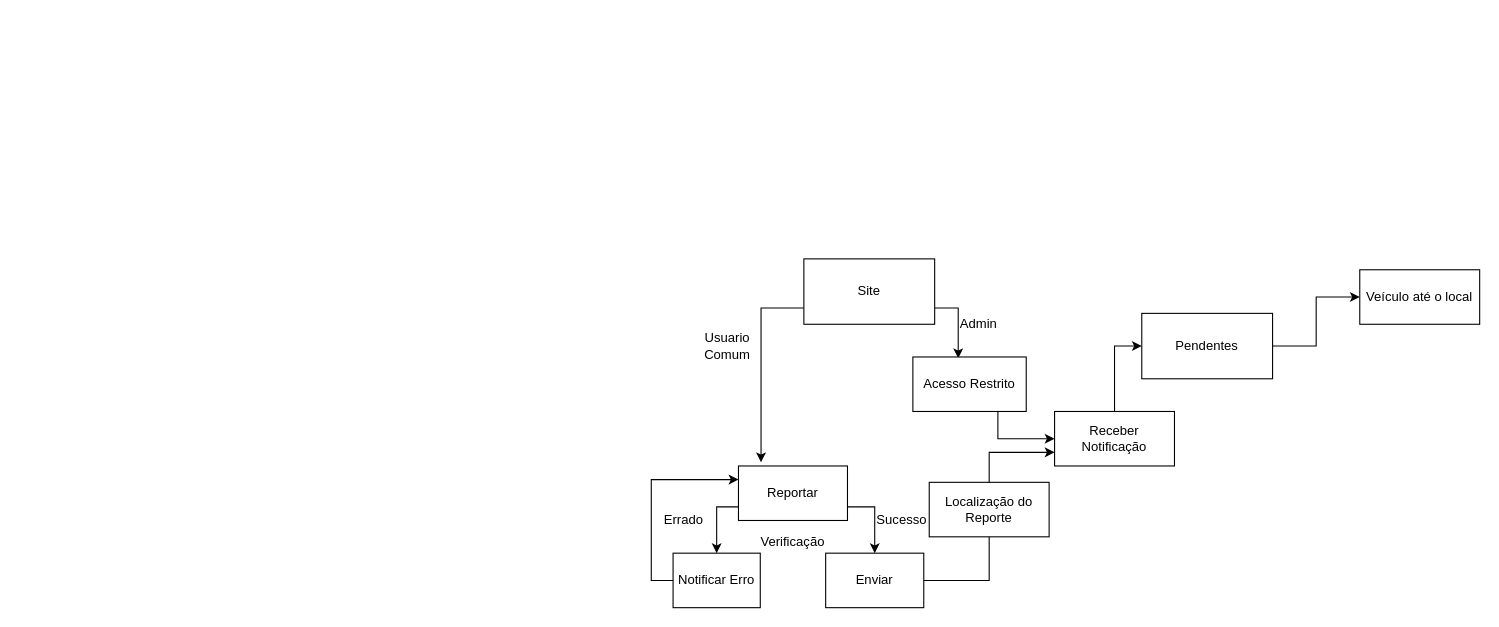
Above: Untitled Diagram.drawio in kauelunelli/assistech (draw.io), before the change. Source tidied: cells renumbered, new cells numbered last; positions are measured from the earlier drawing's top-left corner, leaving out a move shared by most shapes. Both pictures are drawn from the tidied source at 109%, with x=0, y=0 at pixel (662, 258).
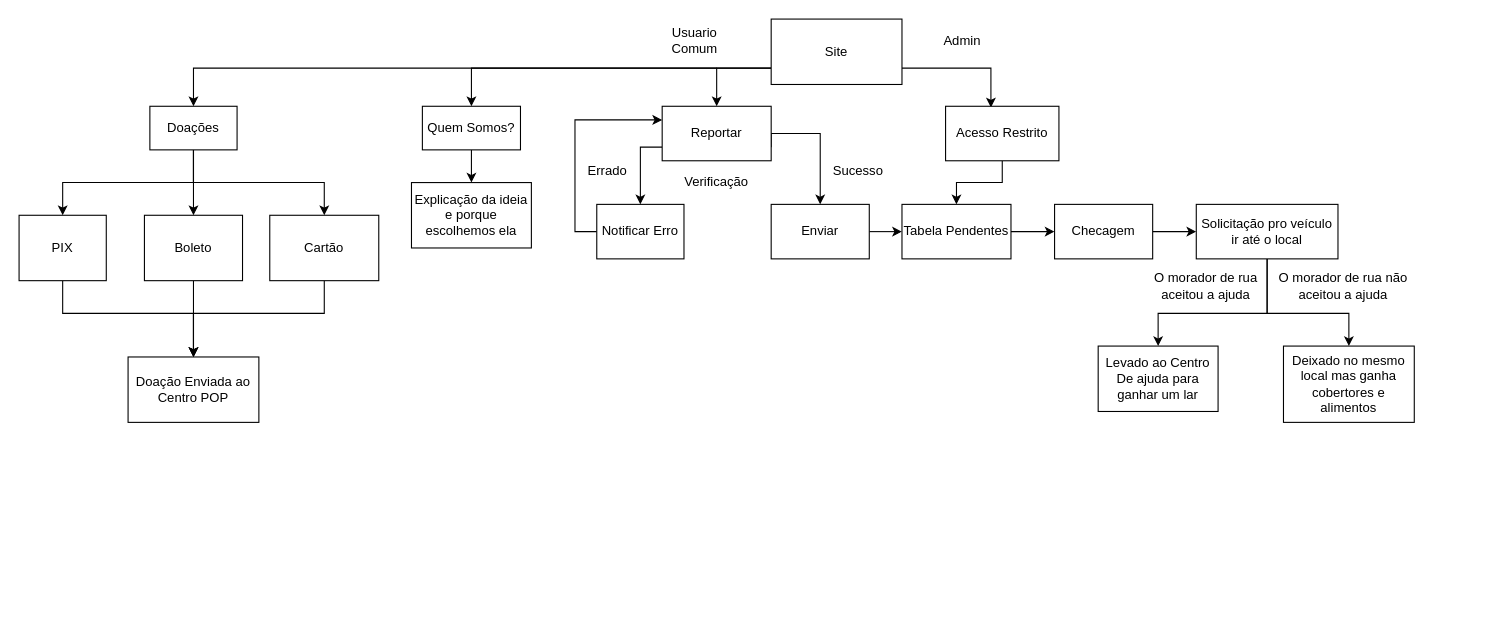
After the change.

What changed in the source:
```diff
@@
-    <mxCell id="3" style="edgeStyle=orthogonalEdgeStyle;rounded=0;jettySize=auto;html=1;exitX=0;exitY=0.75;exitDx=0;exitDy=0;entryX=0.207;entryY=-0.069;entryDx=0;entryDy=0;entryPerimeter=0;" parent="1" edge="1" source="4" target="9">
+    <mxCell id="3" style="edgeStyle=orthogonalEdgeStyle;rounded=0;jettySize=auto;html=1;exitX=0;exitY=0.75;exitDx=0;exitDy=0;entryX=0.5;entryY=0;entryDx=0;entryDy=0;" parent="1" edge="1" source="4" target="9">
       <mxGeometry relative="1" as="geometry" />
     </mxCell>
+    <mxCell id="25" style="edgeStyle=orthogonalEdgeStyle;rounded=0;jettySize=auto;html=1;exitX=0;exitY=0.75;exitDx=0;exitDy=0;entryX=0.5;entryY=0;entryDx=0;entryDy=0;" parent="1" edge="1" source="4" target="33">
+      <mxGeometry relative="1" as="geometry">
+        <Array as="points">
+          <mxPoint x="-175" y="-175" />
+        </Array>
+      </mxGeometry>
+    </mxCell>
+    <mxCell id="26" style="edgeStyle=orthogonalEdgeStyle;rounded=0;jettySize=auto;html=1;exitX=0;exitY=0.75;exitDx=0;exitDy=0;entryX=0.5;entryY=0;entryDx=0;entryDy=0;" parent="1" edge="1" target="31">
+      <mxGeometry relative="1" as="geometry">
+        <mxPoint x="50" y="-175" as="sourcePoint" />
+        <Array as="points">
+          <mxPoint x="-430" y="-175" />
+        </Array>
+      </mxGeometry>
+    </mxCell>
     <mxCell id="4" value="Site" style="rounded=0;whiteSpace=wrap;html=1;" parent="1" vertex="1">
-      <mxGeometry x="130" width="120" height="60" as="geometry" />
+      <mxGeometry x="100" y="-220" width="120" height="60" as="geometry" />
     </mxCell>
-    <mxCell id="5" style="edgeStyle=orthogonalEdgeStyle;rounded=0;jettySize=auto;html=1;exitX=0.75;exitY=1;exitDx=0;exitDy=0;entryX=0;entryY=0.5;entryDx=0;entryDy=0;" parent="1" edge="1" source="6" target="12">
+    <mxCell id="5" style="edgeStyle=orthogonalEdgeStyle;rounded=0;jettySize=auto;html=1;exitX=0.5;exitY=1;exitDx=0;exitDy=0;entryX=0.5;entryY=0;entryDx=0;entryDy=0;" parent="1" edge="1" source="6" target="12">
       <mxGeometry relative="1" as="geometry" />
     </mxCell>
     <mxCell id="6" value="Acesso Restrito" style="rounded=0;whiteSpace=wrap;html=1;" parent="1" vertex="1">
-      <mxGeometry x="230" y="90" width="104" height="50" as="geometry" />
+      <mxGeometry x="260" y="-140" width="104" height="50" as="geometry" />
     </mxCell>
     <mxCell id="7" style="edgeStyle=orthogonalEdgeStyle;rounded=0;jettySize=auto;html=1;exitX=1;exitY=0.75;exitDx=0;exitDy=0;entryX=0.5;entryY=0;entryDx=0;entryDy=0;" parent="1" edge="1" source="9" target="14">
-      <mxGeometry relative="1" as="geometry" />
+      <mxGeometry relative="1" as="geometry">
+        <Array as="points">
+          <mxPoint x="100" y="-115" />
+          <mxPoint x="145" y="-115" />
+        </Array>
+      </mxGeometry>
     </mxCell>
@@
     <mxCell id="9" value="Reportar" style="rounded=0;whiteSpace=wrap;html=1;" parent="1" vertex="1">
-      <mxGeometry x="70" y="190" width="100" height="50" as="geometry" />
+      <mxGeometry y="-140" width="100" height="50" as="geometry" />
     </mxCell>
     <mxCell id="10" value="Usuario Comum" style="text;html=1;strokeColor=none;fillColor=none;align=center;verticalAlign=middle;whiteSpace=wrap;rounded=0;" parent="1" vertex="1">
-      <mxGeometry x="40" y="70" width="40" height="20" as="geometry" />
+      <mxGeometry x="10" y="-210" width="40" height="20" as="geometry" />
     </mxCell>
-    <mxCell id="11" style="edgeStyle=orthogonalEdgeStyle;rounded=0;jettySize=auto;html=1;exitX=0.5;exitY=0;exitDx=0;exitDy=0;entryX=0;entryY=0.5;entryDx=0;entryDy=0;" parent="1" edge="1" source="12" target="23">
-      <mxGeometry relative="1" as="geometry" />
-    </mxCell>
+    <mxCell id="27" style="edgeStyle=orthogonalEdgeStyle;rounded=0;jettySize=auto;html=1;exitX=1;exitY=0.5;exitDx=0;exitDy=0;" parent="1" edge="1" source="12">
+      <mxGeometry relative="1" as="geometry">
+        <mxPoint x="360" y="-25" as="targetPoint" />
+      </mxGeometry>
+    </mxCell>
-    <mxCell id="12" value="Receber Notificação" style="rounded=0;whiteSpace=wrap;html=1;" parent="1" vertex="1">
-      <mxGeometry x="360" y="140" width="110" height="50" as="geometry" />
+    <mxCell id="12" value="Tabela Pendentes" style="rounded=0;whiteSpace=wrap;html=1;" parent="1" vertex="1">
+      <mxGeometry x="220" y="-50" width="100" height="50" as="geometry" />
     </mxCell>
-    <mxCell id="13" style="edgeStyle=orthogonalEdgeStyle;rounded=0;jettySize=auto;html=1;entryX=0;entryY=0.75;entryDx=0;entryDy=0;" parent="1" edge="1" source="14" target="12">
+    <mxCell id="13" style="edgeStyle=orthogonalEdgeStyle;rounded=0;jettySize=auto;html=1;exitX=1;exitY=0.5;exitDx=0;exitDy=0;entryX=0;entryY=0.5;entryDx=0;entryDy=0;" parent="1" edge="1" source="14" target="12">
       <mxGeometry relative="1" as="geometry" />
     </mxCell>
     <mxCell id="14" value="Enviar" style="rounded=0;whiteSpace=wrap;html=1;" parent="1" vertex="1">
-      <mxGeometry x="150" y="270" width="90" height="50" as="geometry" />
+      <mxGeometry x="100" y="-50" width="90" height="50" as="geometry" />
     </mxCell>
@@
     <mxCell id="16" value="Notificar Erro" style="rounded=0;whiteSpace=wrap;html=1;" parent="1" vertex="1">
-      <mxGeometry x="10" y="270" width="80" height="50" as="geometry" />
+      <mxGeometry x="-60" y="-50" width="80" height="50" as="geometry" />
     </mxCell>
     <mxCell id="17" value="Verificação" style="text;html=1;strokeColor=none;fillColor=none;align=center;verticalAlign=middle;whiteSpace=wrap;rounded=0;" parent="1" vertex="1">
-      <mxGeometry x="100" y="250" width="40" height="20" as="geometry" />
+      <mxGeometry x="30" y="-80" width="40" height="20" as="geometry" />
     </mxCell>
     <mxCell id="18" value="Sucesso" style="text;html=1;strokeColor=none;fillColor=none;align=center;verticalAlign=middle;whiteSpace=wrap;rounded=0;" parent="1" vertex="1">
-      <mxGeometry x="200" y="230" width="40" height="20" as="geometry" />
+      <mxGeometry x="160" y="-90" width="40" height="20" as="geometry" />
     </mxCell>
     <mxCell id="19" value="Errado" style="text;html=1;strokeColor=none;fillColor=none;align=center;verticalAlign=middle;whiteSpace=wrap;rounded=0;" parent="1" vertex="1">
-      <mxGeometry y="230" width="40" height="20" as="geometry" />
+      <mxGeometry x="-70" y="-90" width="40" height="20" as="geometry" />
     </mxCell>
-    <mxCell id="20" value="Localização do Reporte" style="rounded=0;whiteSpace=wrap;html=1;" parent="1" vertex="1">
-      <mxGeometry x="245" y="205" width="110" height="50" as="geometry" />
-    </mxCell>
-    <mxCell id="21" value="Veículo até o local" style="rounded=0;whiteSpace=wrap;html=1;" parent="1" vertex="1">
-      <mxGeometry x="640" y="10" width="110" height="50" as="geometry" />
-    </mxCell>
-    <mxCell id="22" style="edgeStyle=orthogonalEdgeStyle;rounded=0;jettySize=auto;html=1;exitX=1;exitY=0.5;exitDx=0;exitDy=0;" parent="1" edge="1" source="23" target="21">
-      <mxGeometry relative="1" as="geometry" />
-    </mxCell>
-    <mxCell id="23" value="Pendentes" style="rounded=0;whiteSpace=wrap;html=1;" parent="1" vertex="1">
-      <mxGeometry x="440" y="50" width="120" height="60" as="geometry" />
-    </mxCell>
     <mxCell id="24" value="Admin" style="text;html=1;align=center;verticalAlign=middle;strokeColor=none;fillColor=none;" parent="1" vertex="1">
-      <mxGeometry x="265" y="50" width="50" height="20" as="geometry" />
+      <mxGeometry x="250" y="-210" width="50" height="20" as="geometry" />
     </mxCell>
+    <mxCell id="28" style="edgeStyle=orthogonalEdgeStyle;rounded=0;jettySize=auto;html=1;exitX=0.5;exitY=1;exitDx=0;exitDy=0;" parent="1" edge="1" source="31">
+      <mxGeometry relative="1" as="geometry">
+        <mxPoint x="-430" y="-40" as="targetPoint" />
+        <Array as="points">
+          <mxPoint x="-430" y="-40" />
+        </Array>
+      </mxGeometry>
+    </mxCell>
+    <mxCell id="29" style="edgeStyle=orthogonalEdgeStyle;rounded=0;jettySize=auto;html=1;exitX=0.5;exitY=1;exitDx=0;exitDy=0;entryX=0.5;entryY=0;entryDx=0;entryDy=0;" parent="1" edge="1" source="31">
+      <mxGeometry relative="1" as="geometry">
+        <mxPoint x="-310" y="-40" as="targetPoint" />
+        <Array as="points">
+          <mxPoint x="-430" y="-70" />
+          <mxPoint x="-310" y="-70" />
+        </Array>
+      </mxGeometry>
+    </mxCell>
+    <mxCell id="30" style="edgeStyle=orthogonalEdgeStyle;rounded=0;jettySize=auto;html=1;exitX=0.5;exitY=1;exitDx=0;exitDy=0;entryX=0.5;entryY=0;entryDx=0;entryDy=0;" parent="1" edge="1" source="31">
+      <mxGeometry relative="1" as="geometry">
+        <mxPoint x="-550" y="-40" as="targetPoint" />
+        <Array as="points">
+          <mxPoint x="-430" y="-70" />
+          <mxPoint x="-550" y="-70" />
+        </Array>
+      </mxGeometry>
+    </mxCell>
+    <mxCell id="31" value="Doações" style="rounded=0;whiteSpace=wrap;html=1;" parent="1" vertex="1">
+      <mxGeometry x="-470" y="-140" width="80" height="40" as="geometry" />
+    </mxCell>
+    <mxCell id="32" style="edgeStyle=orthogonalEdgeStyle;rounded=0;jettySize=auto;html=1;exitX=0.5;exitY=1;exitDx=0;exitDy=0;" parent="1" edge="1" source="33">
+      <mxGeometry relative="1" as="geometry">
+        <mxPoint x="-175" y="-70" as="targetPoint" />
+      </mxGeometry>
+    </mxCell>
+    <mxCell id="33" value="Quem Somos?" style="rounded=0;whiteSpace=wrap;html=1;" parent="1" vertex="1">
+      <mxGeometry x="-220" y="-140" width="90" height="40" as="geometry" />
+    </mxCell>
+    <mxCell id="34" style="edgeStyle=orthogonalEdgeStyle;rounded=0;jettySize=auto;html=1;exitX=0.5;exitY=1;exitDx=0;exitDy=0;entryX=0.5;entryY=0;entryDx=0;entryDy=0;" parent="1" edge="1" source="35" target="40">
+      <mxGeometry relative="1" as="geometry" />
+    </mxCell>
+    <mxCell id="35" value="Boleto" style="rounded=0;whiteSpace=wrap;html=1;" parent="1" vertex="1">
+      <mxGeometry x="-475" y="-40" width="90" height="60" as="geometry" />
+    </mxCell>
+    <mxCell id="36" style="edgeStyle=orthogonalEdgeStyle;rounded=0;jettySize=auto;html=1;exitX=0.5;exitY=1;exitDx=0;exitDy=0;entryX=0.5;entryY=0;entryDx=0;entryDy=0;" parent="1" edge="1" target="40">
+      <mxGeometry relative="1" as="geometry">
+        <mxPoint x="-310" y="20" as="sourcePoint" />
+        <Array as="points">
+          <mxPoint x="-310" y="50" />
+          <mxPoint x="-430" y="50" />
+        </Array>
+      </mxGeometry>
+    </mxCell>
+    <mxCell id="37" value="Cartão" style="rounded=0;whiteSpace=wrap;html=1;" parent="1" vertex="1">
+      <mxGeometry x="-360" y="-40" width="100" height="60" as="geometry" />
+    </mxCell>
+    <mxCell id="38" style="edgeStyle=orthogonalEdgeStyle;rounded=0;jettySize=auto;html=1;exitX=0.5;exitY=1;exitDx=0;exitDy=0;entryX=0.5;entryY=0;entryDx=0;entryDy=0;" parent="1" edge="1" target="40">
+      <mxGeometry relative="1" as="geometry">
+        <mxPoint x="-550" y="20" as="sourcePoint" />
+        <Array as="points">
+          <mxPoint x="-550" y="50" />
+          <mxPoint x="-430" y="50" />
+        </Array>
+      </mxGeometry>
+    </mxCell>
+    <mxCell id="39" value="PIX" style="rounded=0;whiteSpace=wrap;html=1;" parent="1" vertex="1">
+      <mxGeometry x="-590" y="-40" width="80" height="60" as="geometry" />
+    </mxCell>
+    <mxCell id="40" value="Doação Enviada ao Centro POP" style="rounded=0;whiteSpace=wrap;html=1;" parent="1" vertex="1">
+      <mxGeometry x="-490" y="90" width="120" height="60" as="geometry" />
+    </mxCell>
+    <mxCell id="41" value="Explicação da ideia e porque escolhemos ela" style="rounded=0;whiteSpace=wrap;html=1;" parent="1" vertex="1">
+      <mxGeometry x="-230" y="-70" width="110" height="60" as="geometry" />
+    </mxCell>
+    <mxCell id="42" style="edgeStyle=orthogonalEdgeStyle;rounded=0;jettySize=auto;html=1;exitX=1;exitY=0.5;exitDx=0;exitDy=0;entryX=0;entryY=0.5;entryDx=0;entryDy=0;" parent="1" edge="1" source="43" target="46">
+      <mxGeometry relative="1" as="geometry" />
+    </mxCell>
+    <mxCell id="43" value="Checagem" style="rounded=0;whiteSpace=wrap;html=1;" parent="1" vertex="1">
+      <mxGeometry x="360" y="-50" width="90" height="50" as="geometry" />
+    </mxCell>
+    <mxCell id="44" style="edgeStyle=orthogonalEdgeStyle;rounded=0;jettySize=auto;html=1;exitX=0.5;exitY=1;exitDx=0;exitDy=0;entryX=0.5;entryY=0;entryDx=0;entryDy=0;" parent="1" edge="1" source="46" target="49">
+      <mxGeometry relative="1" as="geometry">
+        <Array as="points">
+          <mxPoint x="555" y="50" />
+          <mxPoint x="455" y="50" />
+        </Array>
+      </mxGeometry>
+    </mxCell>
+    <mxCell id="45" style="edgeStyle=orthogonalEdgeStyle;rounded=0;jettySize=auto;html=1;exitX=0.5;exitY=1;exitDx=0;exitDy=0;entryX=0.5;entryY=0;entryDx=0;entryDy=0;" parent="1" edge="1" source="46" target="50">
+      <mxGeometry relative="1" as="geometry">
+        <Array as="points">
+          <mxPoint x="555" y="50" />
+          <mxPoint x="630" y="50" />
+        </Array>
+      </mxGeometry>
+    </mxCell>
+    <mxCell id="46" value="Solicitação pro veículo ir até o local" style="rounded=0;whiteSpace=wrap;html=1;" parent="1" vertex="1">
+      <mxGeometry x="490" y="-50" width="130" height="50" as="geometry" />
+    </mxCell>
+    <mxCell id="47" value="O morador de rua aceitou a ajuda" style="text;html=1;strokeColor=none;fillColor=none;align=center;verticalAlign=middle;whiteSpace=wrap;rounded=0;" parent="1" vertex="1">
+      <mxGeometry x="434" width="130" height="50" as="geometry" />
+    </mxCell>
+    <mxCell id="48" value="O morador de rua não aceitou a ajuda" style="text;html=1;strokeColor=none;fillColor=none;align=center;verticalAlign=middle;whiteSpace=wrap;rounded=0;" parent="1" vertex="1">
+      <mxGeometry x="560" width="130" height="50" as="geometry" />
+    </mxCell>
+    <mxCell id="49" value="Levado ao Centro De ajuda para ganhar um lar" style="rounded=0;whiteSpace=wrap;html=1;" parent="1" vertex="1">
+      <mxGeometry x="400" y="80" width="110" height="60" as="geometry" />
+    </mxCell>
+    <mxCell id="50" value="Deixado no mesmo local mas ganha cobertores e alimentos" style="rounded=0;whiteSpace=wrap;html=1;" parent="1" vertex="1">
+      <mxGeometry x="570" y="80" width="120" height="70" as="geometry" />
+    </mxCell>
```
